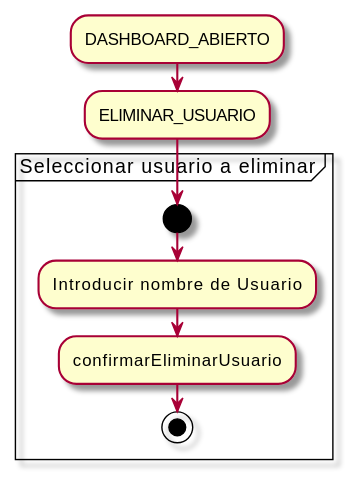
The PlantUML diagram imagenes/casosDeUso/detalles/eliminarUsuario.svg in mmasias/23-24-IdSw1-SDR, before a commit. Its diagram source:
```plantuml
@startuml
skin rose

:DASHBOARD_ABIERTO;
:ELIMINAR_USUARIO;

partition "Seleccionar usuario a eliminar" {
  start
  :Introducir nombre de Usuario;
  :confirmarEliminarUsuario;
  stop
}
@enduml
```
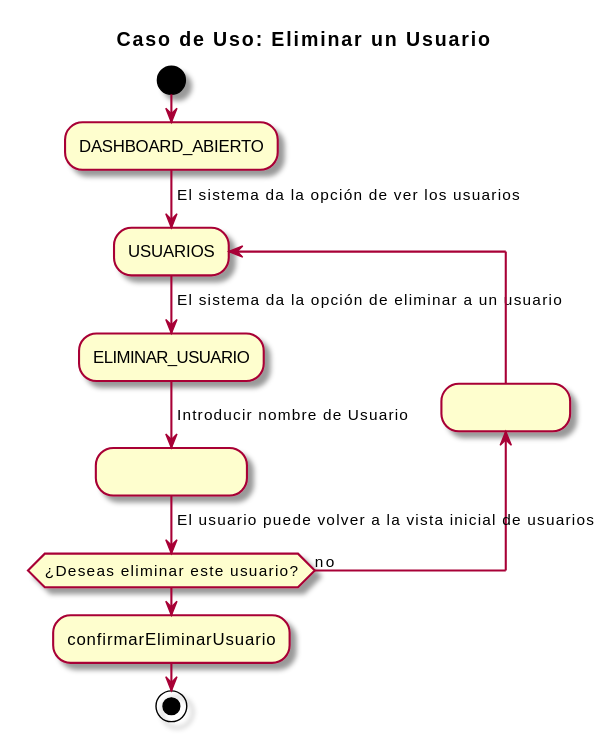
The same diagram one commit later.

Commit message:
Modificacion caso de uso Eliminar Usuario

Change to the diagram source:
```diff
@@ -1,13 +1,18 @@
 @startuml
 skin rose
+title Caso de Uso: Eliminar un Usuario
 
+start
 :DASHBOARD_ABIERTO;
+-> El sistema da la opción de ver los usuarios;
+repeat :USUARIOS;
+-> El sistema da la opción de eliminar a un usuario;
 :ELIMINAR_USUARIO;
-
-partition "Seleccionar usuario a eliminar" {
-  start
-  :Introducir nombre de Usuario;
+backward:                  ;
+-> Introducir nombre de Usuario;
+:                      ;
+-> El usuario puede volver a la vista inicial de usuarios;
+repeat while (¿Deseas eliminar este usuario?) is (no)
   :confirmarEliminarUsuario;
-  stop
-}
+stop
 @enduml
```
